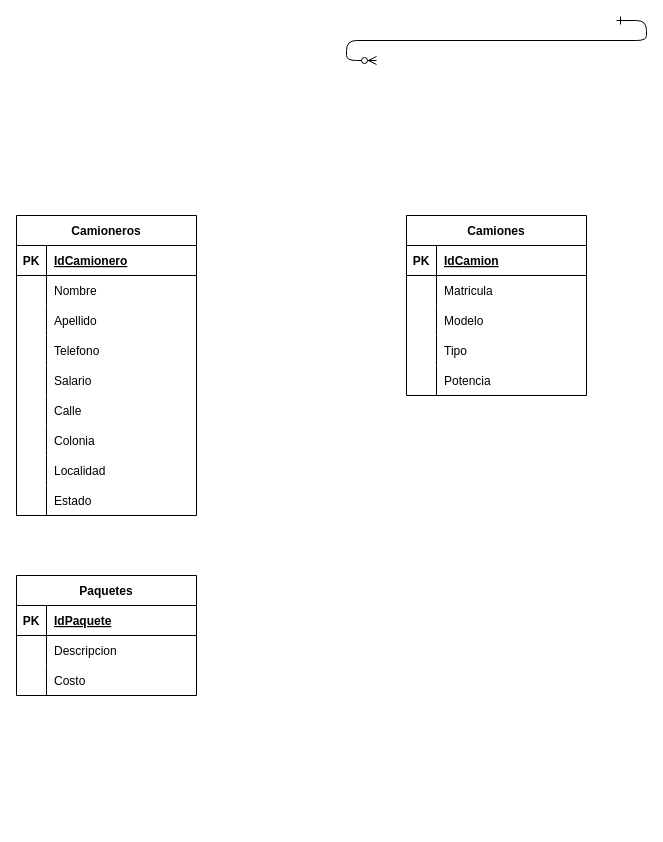
Earlier version of the draw.io diagram Transportes.drawio (DanielaaER/Base-de-Datos). Source tidied: cells renumbered, new cells numbered last; positions are measured from the earlier drawing's top-left corner, leaving out a move shared by most shapes. Both pictures are drawn from the tidied source at 100%, with x=0, y=0 at pixel (16, 20).
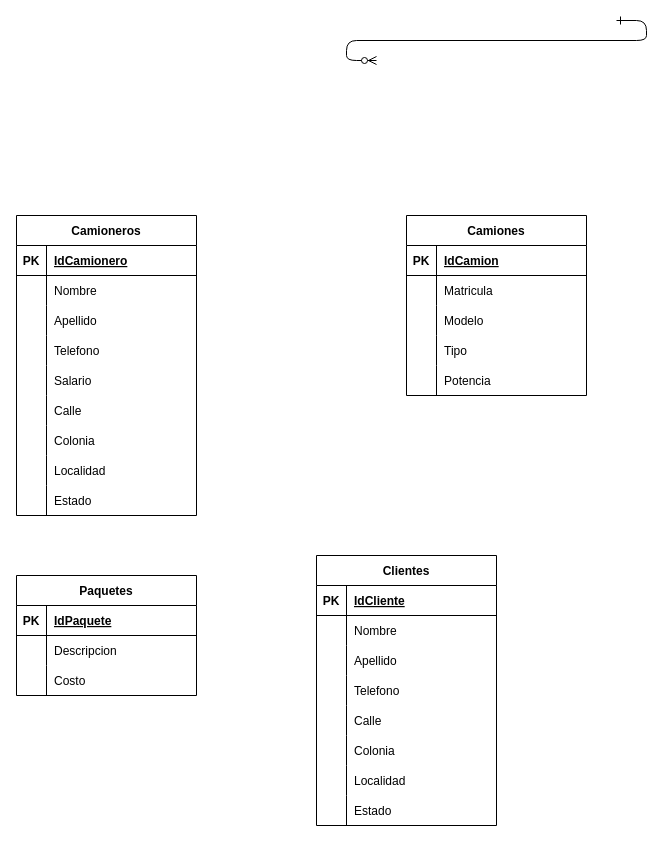
After the change.

Commit message:
Agregue tabla clientes

Change to the diagram source:
```diff
@@
+    <mxCell id="57" value="Clientes" style="shape=table;startSize=30;childLayout=tableLayout;rowLines=0;fontStyle=1;align=center;" parent="1" vertex="1">
+      <mxGeometry x="300" y="535" width="180" height="270" as="geometry" />
+    </mxCell>
+    <mxCell id="58" style="shape=tableRow;horizontal=0;startSize=0;swimlaneHead=0;swimlaneBody=0;fillColor=none;top=0;left=0;right=0;bottom=1;" parent="57" vertex="1">
+      <mxGeometry y="30" width="180" height="30" as="geometry" />
+    </mxCell>
+    <mxCell id="59" value="PK" style="shape=partialRectangle;fillColor=none;top=0;left=0;bottom=0;right=0;fontStyle=1;overflow=hidden;" parent="58" vertex="1">
+      <mxGeometry width="30" height="30" as="geometry" />
+    </mxCell>
+    <mxCell id="60" value="IdCliente" style="shape=partialRectangle;fillColor=none;top=0;left=0;bottom=0;right=0;align=left;spacingLeft=6;fontStyle=5;overflow=hidden;" parent="58" vertex="1">
+      <mxGeometry x="30" width="150" height="30" as="geometry" />
+    </mxCell>
+    <mxCell id="61" style="shape=tableRow;horizontal=0;startSize=0;swimlaneHead=0;swimlaneBody=0;fillColor=none;top=0;left=0;right=0;bottom=0;" parent="57" vertex="1">
+      <mxGeometry y="60" width="180" height="30" as="geometry" />
+    </mxCell>
+    <mxCell id="62" style="shape=partialRectangle;fillColor=none;top=0;left=0;bottom=0;right=0;overflow=hidden;" parent="61" vertex="1">
+      <mxGeometry width="30" height="30" as="geometry" />
+    </mxCell>
+    <mxCell id="63" value="Nombre" style="shape=partialRectangle;fillColor=none;top=0;left=0;bottom=0;right=0;align=left;spacingLeft=6;overflow=hidden;" parent="61" vertex="1">
+      <mxGeometry x="30" width="150" height="30" as="geometry" />
+    </mxCell>
+    <mxCell id="64" style="shape=tableRow;horizontal=0;startSize=0;swimlaneHead=0;swimlaneBody=0;fillColor=none;top=0;left=0;right=0;bottom=0;" parent="57" vertex="1">
+      <mxGeometry y="90" width="180" height="30" as="geometry" />
+    </mxCell>
+    <mxCell id="65" style="shape=partialRectangle;fillColor=none;top=0;left=0;bottom=0;right=0;overflow=hidden;" parent="64" vertex="1">
+      <mxGeometry width="30" height="30" as="geometry" />
+    </mxCell>
+    <mxCell id="66" value="Apellido" style="shape=partialRectangle;fillColor=none;top=0;left=0;bottom=0;right=0;align=left;spacingLeft=6;overflow=hidden;" parent="64" vertex="1">
+      <mxGeometry x="30" width="150" height="30" as="geometry" />
+    </mxCell>
+    <mxCell id="67" style="shape=tableRow;horizontal=0;startSize=0;swimlaneHead=0;swimlaneBody=0;fillColor=none;top=0;left=0;right=0;bottom=0;" parent="57" vertex="1">
+      <mxGeometry y="120" width="180" height="30" as="geometry" />
+    </mxCell>
+    <mxCell id="68" style="shape=partialRectangle;fillColor=none;top=0;left=0;bottom=0;right=0;overflow=hidden;" parent="67" vertex="1">
+      <mxGeometry width="30" height="30" as="geometry" />
+    </mxCell>
+    <mxCell id="69" value="Telefono" style="shape=partialRectangle;fillColor=none;top=0;left=0;bottom=0;right=0;align=left;spacingLeft=6;overflow=hidden;" parent="67" vertex="1">
+      <mxGeometry x="30" width="150" height="30" as="geometry" />
+    </mxCell>
+    <mxCell id="70" style="shape=tableRow;horizontal=0;startSize=0;swimlaneHead=0;swimlaneBody=0;fillColor=none;top=0;left=0;right=0;bottom=0;" parent="57" vertex="1">
+      <mxGeometry y="150" width="180" height="30" as="geometry" />
+    </mxCell>
+    <mxCell id="71" style="shape=partialRectangle;fillColor=none;top=0;left=0;bottom=0;right=0;overflow=hidden;" parent="70" vertex="1">
+      <mxGeometry width="30" height="30" as="geometry" />
+    </mxCell>
+    <mxCell id="72" value="Calle" style="shape=partialRectangle;fillColor=none;top=0;left=0;bottom=0;right=0;align=left;spacingLeft=6;overflow=hidden;" parent="70" vertex="1">
+      <mxGeometry x="30" width="150" height="30" as="geometry" />
+    </mxCell>
+    <mxCell id="73" style="shape=tableRow;horizontal=0;startSize=0;swimlaneHead=0;swimlaneBody=0;fillColor=none;top=0;left=0;right=0;bottom=0;" parent="57" vertex="1">
+      <mxGeometry y="180" width="180" height="30" as="geometry" />
+    </mxCell>
+    <mxCell id="74" style="shape=partialRectangle;fillColor=none;top=0;left=0;bottom=0;right=0;overflow=hidden;" parent="73" vertex="1">
+      <mxGeometry width="30" height="30" as="geometry" />
+    </mxCell>
+    <mxCell id="75" value="Colonia" style="shape=partialRectangle;fillColor=none;top=0;left=0;bottom=0;right=0;align=left;spacingLeft=6;overflow=hidden;" parent="73" vertex="1">
+      <mxGeometry x="30" width="150" height="30" as="geometry" />
+    </mxCell>
+    <mxCell id="76" style="shape=tableRow;horizontal=0;startSize=0;swimlaneHead=0;swimlaneBody=0;fillColor=none;top=0;left=0;right=0;bottom=0;" parent="57" vertex="1">
+      <mxGeometry y="210" width="180" height="30" as="geometry" />
+    </mxCell>
+    <mxCell id="77" style="shape=partialRectangle;fillColor=none;top=0;left=0;bottom=0;right=0;overflow=hidden;" parent="76" vertex="1">
+      <mxGeometry width="30" height="30" as="geometry" />
+    </mxCell>
+    <mxCell id="78" value="Localidad" style="shape=partialRectangle;fillColor=none;top=0;left=0;bottom=0;right=0;align=left;spacingLeft=6;overflow=hidden;" parent="76" vertex="1">
+      <mxGeometry x="30" width="150" height="30" as="geometry" />
+    </mxCell>
+    <mxCell id="79" style="shape=tableRow;horizontal=0;startSize=0;swimlaneHead=0;swimlaneBody=0;fillColor=none;top=0;left=0;right=0;bottom=0;" parent="57" vertex="1">
+      <mxGeometry y="240" width="180" height="30" as="geometry" />
+    </mxCell>
+    <mxCell id="80" style="shape=partialRectangle;fillColor=none;top=0;left=0;bottom=0;right=0;overflow=hidden;" parent="79" vertex="1">
+      <mxGeometry width="30" height="30" as="geometry" />
+    </mxCell>
+    <mxCell id="81" value="Estado" style="shape=partialRectangle;fillColor=none;top=0;left=0;bottom=0;right=0;align=left;spacingLeft=6;overflow=hidden;" parent="79" vertex="1">
+      <mxGeometry x="30" width="150" height="30" as="geometry" />
+    </mxCell>
```
